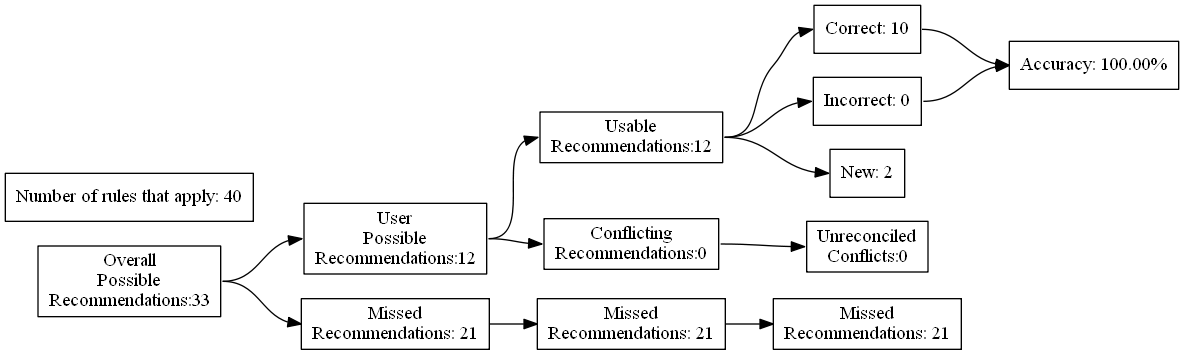
Before: test_renders/89.gv.png, a diagram exported from Graphviz (ZaxR/ibd_diet_analysis). Its source is kept beside it as test_renders/89.gv.
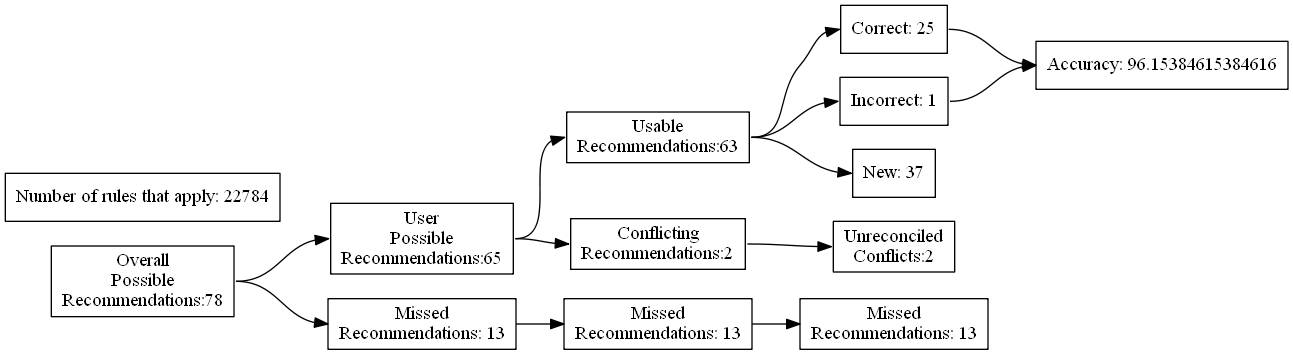
The same diagram one commit later.

Change to the diagram source:
```diff
@@ -4,27 +4,27 @@
 	edge [headport=w tailport=e]
 		A [label="Overall
 Possible
-Recommendations:33"]
+Recommendations:78"]
 		B [label="User
 Possible
-Recommendations:12"]
+Recommendations:65"]
 		C [label="Missed
-Recommendations: 21"]
+Recommendations: 13"]
 		D [label="Usable
-Recommendations:12"]
+Recommendations:63"]
 		E [label="Conflicting
-Recommendations:0"]
+Recommendations:2"]
 		J [label="Missed
-Recommendations: 21"]
+Recommendations: 13"]
 		M [label="Unreconciled
-Conflicts:0"]
-		F [label="Correct: 10"]
-		G [label="Incorrect: 0"]
-		H [label="New: 2"]
+Conflicts:2"]
+		F [label="Correct: 25"]
+		G [label="Incorrect: 1"]
+		H [label="New: 37"]
 		K [label="Missed
-Recommendations: 21"]
-		I [label="Accuracy: 100.00%"]
-		l [label="Number of rules that apply: 40"]
+Recommendations: 13"]
+		I [label="Accuracy: 96.15384615384616"]
+		l [label="Number of rules that apply: 22784"]
 			A -> B
 			A -> C
 			B -> D
```
